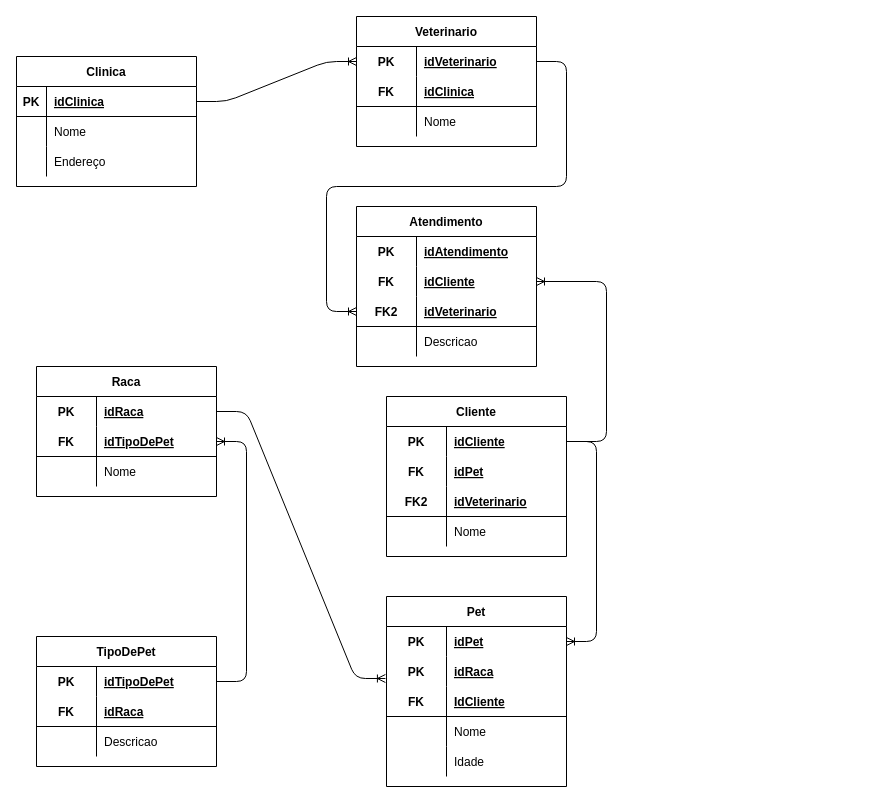
The draw.io diagram page "logico" (2 of 2) of Exercícios/Exercício 1.3/1.3_modelagem-conceitual-logico.drawio in Eduardo-Cav/Senai_sprint1_bd, before the edit. Source tidied: cells renumbered, new cells numbered last; positions are measured from the earlier drawing's top-left corner, leaving out a move shared by most shapes. Both pictures are drawn from the tidied source at 100%, with x=0, y=0 at pixel (16, 16).
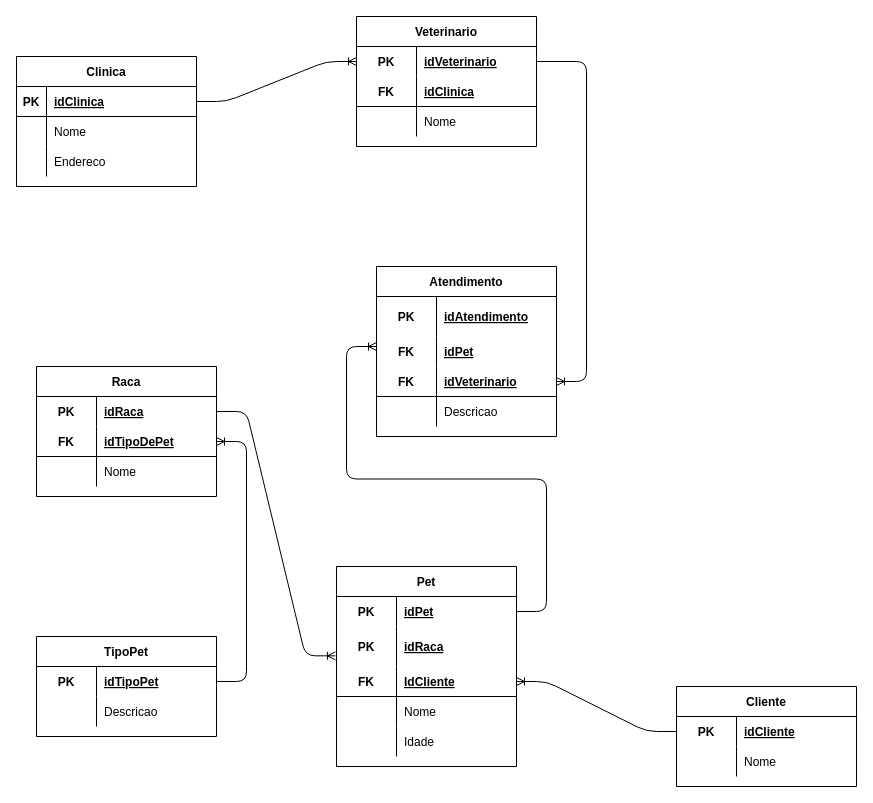
The same diagram, later.

Unchanged cells that the change refers to:
```xml
<mxCell id="9" style="shape=partialRectangle;fillColor=none;top=0;left=0;bottom=0;right=0;" parent="2" vertex="1">
  <mxGeometry y="90" width="180" height="30" as="geometry" />
</mxCell>
<mxCell id="13" style="shape=partialRectangle;fillColor=none;top=0;left=0;bottom=0;right=0;points=[[0,0.5],[1,0.5]];portConstraint=eastwest;" parent="12" vertex="1">
  <mxGeometry y="30" width="180" height="30" as="geometry" />
</mxCell>
<mxCell id="23" style="shape=partialRectangle;fillColor=none;top=0;left=0;bottom=0;right=0;points=[[0,0.5],[1,0.5]];portConstraint=eastwest;" parent="22" vertex="1">
  <mxGeometry y="30" width="180" height="30" as="geometry" />
</mxCell>
<mxCell id="36" style="shape=partialRectangle;fillColor=none;top=0;left=0;bottom=0;right=0;points=[[0,0.5],[1,0.5]];portConstraint=eastwest;" parent="35" vertex="1">
  <mxGeometry y="30" width="180" height="30" as="geometry" />
</mxCell>
<mxCell id="52" style="shape=partialRectangle;fillColor=none;top=0;left=0;bottom=0;right=0;points=[[0,0.5],[1,0.5]];portConstraint=eastwest;" parent="51" vertex="1">
  <mxGeometry y="30" width="180" height="30" as="geometry" />
</mxCell>
```

What changed in the source:
```diff
@@
-    <mxCell id="11" value="Endereço" style="shape=partialRectangle;fillColor=none;top=0;left=0;bottom=0;right=0;align=left;spacingLeft=6;overflow=hidden;" parent="9" vertex="1">
+    <mxCell id="11" value="Endereco" style="shape=partialRectangle;fillColor=none;top=0;left=0;bottom=0;right=0;align=left;spacingLeft=6;overflow=hidden;" parent="9" vertex="1">
       <mxGeometry x="30" width="150" height="30" as="geometry" />
     </mxCell>
@@
     <mxCell id="22" value="Cliente" style="shape=table;startSize=30;childLayout=tableLayout;rowLines=0;fontStyle=1;align=center;" parent="1" vertex="1">
-      <mxGeometry x="370" y="380" width="180" height="160" as="geometry" />
+      <mxGeometry x="660" y="670" width="180" height="100" as="geometry" />
     </mxCell>
@@
-    <mxCell id="26" style="shape=partialRectangle;fillColor=none;top=0;left=0;bottom=0;right=0;" parent="22" vertex="1">
-      <mxGeometry y="60" width="180" height="30" as="geometry" />
-    </mxCell>
-    <mxCell id="27" value="FK" style="shape=partialRectangle;fillColor=none;top=0;left=0;bottom=0;right=0;fontStyle=1;overflow=hidden;" parent="26" vertex="1">
-      <mxGeometry width="60" height="30" as="geometry" />
-    </mxCell>
-    <mxCell id="28" value="idPet" style="shape=partialRectangle;fillColor=none;top=0;left=0;bottom=0;right=0;align=left;spacingLeft=6;fontStyle=5;overflow=hidden;" parent="26" vertex="1">
-      <mxGeometry x="60" width="120" height="30" as="geometry" />
-    </mxCell>
-    <mxCell id="29" style="shape=partialRectangle;fillColor=none;top=0;left=0;bottom=1;right=0;" parent="22" vertex="1">
-      <mxGeometry y="90" width="180" height="30" as="geometry" />
-    </mxCell>
-    <mxCell id="30" value="FK2" style="shape=partialRectangle;fillColor=none;top=0;left=0;bottom=0;right=0;fontStyle=1;overflow=hidden;" parent="29" vertex="1">
-      <mxGeometry width="60" height="30" as="geometry" />
-    </mxCell>
-    <mxCell id="31" value="idVeterinario" style="shape=partialRectangle;fillColor=none;top=0;left=0;bottom=0;right=0;align=left;spacingLeft=6;fontStyle=5;overflow=hidden;" parent="29" vertex="1">
-      <mxGeometry x="60" width="120" height="30" as="geometry" />
-    </mxCell>
     <mxCell id="32" style="shape=partialRectangle;fillColor=none;top=0;left=0;bottom=0;right=0;" parent="22" vertex="1">
-      <mxGeometry y="120" width="180" height="30" as="geometry" />
+      <mxGeometry y="60" width="180" height="30" as="geometry" />
     </mxCell>
@@
     <mxCell id="35" value="Pet" style="shape=table;startSize=30;childLayout=tableLayout;rowLines=0;fontStyle=1;align=center;" parent="1" vertex="1">
-      <mxGeometry x="370" y="580" width="180" height="190" as="geometry" />
+      <mxGeometry x="320" y="550" width="180" height="200" as="geometry" />
     </mxCell>
@@
     <mxCell id="39" style="shape=partialRectangle;fillColor=none;top=0;left=0;bottom=0;right=0;points=[[0,0.5],[1,0.5]];portConstraint=eastwest;" parent="35" vertex="1">
-      <mxGeometry y="60" width="180" height="30" as="geometry" />
+      <mxGeometry y="60" width="180" height="40" as="geometry" />
     </mxCell>
     <mxCell id="40" value="PK" style="shape=partialRectangle;fillColor=none;top=0;left=0;bottom=0;right=0;fontStyle=1;overflow=hidden;" parent="39" vertex="1">
-      <mxGeometry width="60" height="30" as="geometry" />
+      <mxGeometry width="60" height="40" as="geometry" />
     </mxCell>
     <mxCell id="41" value="idRaca" style="shape=partialRectangle;fillColor=none;top=0;left=0;bottom=0;right=0;align=left;spacingLeft=6;fontStyle=5;overflow=hidden;" parent="39" vertex="1">
-      <mxGeometry x="60" width="120" height="30" as="geometry" />
+      <mxGeometry x="60" width="120" height="40" as="geometry" />
     </mxCell>
     <mxCell id="42" style="shape=partialRectangle;fillColor=none;top=0;left=0;bottom=1;right=0;points=[[0,0.5],[1,0.5]];portConstraint=eastwest;" parent="35" vertex="1">
-      <mxGeometry y="90" width="180" height="30" as="geometry" />
+      <mxGeometry y="100" width="180" height="30" as="geometry" />
     </mxCell>
@@
     <mxCell id="45" style="shape=partialRectangle;fillColor=none;top=0;left=0;bottom=0;right=0;" parent="35" vertex="1">
-      <mxGeometry y="120" width="180" height="30" as="geometry" />
+      <mxGeometry y="130" width="180" height="30" as="geometry" />
     </mxCell>
@@
     <mxCell id="48" style="shape=partialRectangle;fillColor=none;top=0;left=0;bottom=0;right=0;" parent="35" vertex="1">
-      <mxGeometry y="150" width="180" height="30" as="geometry" />
+      <mxGeometry y="160" width="180" height="30" as="geometry" />
     </mxCell>
@@
-    <mxCell id="51" value="TipoDePet" style="shape=table;startSize=30;childLayout=tableLayout;rowLines=0;fontStyle=1;align=center;" parent="1" vertex="1">
-      <mxGeometry x="20" y="620" width="180" height="130" as="geometry" />
+    <mxCell id="51" value="TipoPet" style="shape=table;startSize=30;childLayout=tableLayout;rowLines=0;fontStyle=1;align=center;" parent="1" vertex="1">
+      <mxGeometry x="20" y="620" width="180" height="100" as="geometry" />
     </mxCell>
@@
-    <mxCell id="54" value="idTipoDePet" style="shape=partialRectangle;fillColor=none;top=0;left=0;bottom=0;right=0;align=left;spacingLeft=6;fontStyle=5;overflow=hidden;" parent="52" vertex="1">
+    <mxCell id="54" value="idTipoPet" style="shape=partialRectangle;fillColor=none;top=0;left=0;bottom=0;right=0;align=left;spacingLeft=6;fontStyle=5;overflow=hidden;" parent="52" vertex="1">
       <mxGeometry x="60" width="120" height="30" as="geometry" />
     </mxCell>
-    <mxCell id="55" style="shape=partialRectangle;fillColor=none;top=0;left=0;bottom=1;right=0;" parent="51" vertex="1">
-      <mxGeometry y="60" width="180" height="30" as="geometry" />
-    </mxCell>
-    <mxCell id="56" value="FK" style="shape=partialRectangle;fillColor=none;top=0;left=0;bottom=0;right=0;fontStyle=1;overflow=hidden;" parent="55" vertex="1">
-      <mxGeometry width="60" height="30" as="geometry" />
-    </mxCell>
-    <mxCell id="57" value="idRaca" style="shape=partialRectangle;fillColor=none;top=0;left=0;bottom=0;right=0;align=left;spacingLeft=6;fontStyle=5;overflow=hidden;" parent="55" vertex="1">
-      <mxGeometry x="60" width="120" height="30" as="geometry" />
-    </mxCell>
     <mxCell id="58" style="shape=partialRectangle;fillColor=none;top=0;left=0;bottom=0;right=0;" parent="51" vertex="1">
-      <mxGeometry y="90" width="180" height="30" as="geometry" />
+      <mxGeometry y="60" width="180" height="30" as="geometry" />
     </mxCell>
@@
-    <mxCell id="62" style="edgeStyle=entityRelationEdgeStyle;fontSize=12;html=1;endArrow=ERoneToMany;exitX=1;exitY=0.5;exitDx=0;exitDy=0;" parent="1" edge="1" source="13">
-      <mxGeometry relative="1" as="geometry">
-        <mxPoint x="340" y="295" as="targetPoint" />
-      </mxGeometry>
+    <mxCell id="62" style="edgeStyle=entityRelationEdgeStyle;fontSize=12;html=1;endArrow=ERoneToMany;exitX=1;exitY=0.5;exitDx=0;exitDy=0;" parent="1" edge="1" source="13" target="83">
+      <mxGeometry relative="1" as="geometry" />
     </mxCell>
-    <mxCell id="63" style="edgeStyle=entityRelationEdgeStyle;fontSize=12;html=1;endArrow=ERoneToMany;exitX=1;exitY=0.5;exitDx=0;exitDy=0;entryX=1;entryY=0.5;entryDx=0;entryDy=0;" parent="1" edge="1" source="23" target="36">
+    <mxCell id="63" style="edgeStyle=entityRelationEdgeStyle;fontSize=12;html=1;endArrow=ERoneToMany;" parent="1" edge="1" source="23" target="42">
       <mxGeometry relative="1" as="geometry" />
     </mxCell>
@@
     <mxCell id="76" value="Atendimento" style="shape=table;startSize=30;childLayout=tableLayout;rowLines=0;fontStyle=1;align=center;" parent="1" vertex="1">
-      <mxGeometry x="340" y="190" width="180" height="160" as="geometry" />
+      <mxGeometry x="360" y="250" width="180" height="170" as="geometry" />
     </mxCell>
     <mxCell id="77" style="shape=partialRectangle;fillColor=none;top=0;left=0;bottom=0;right=0;" parent="76" vertex="1">
-      <mxGeometry y="30" width="180" height="30" as="geometry" />
+      <mxGeometry y="30" width="180" height="40" as="geometry" />
     </mxCell>
     <mxCell id="78" value="PK" style="shape=partialRectangle;fillColor=none;top=0;left=0;bottom=0;right=0;fontStyle=1;overflow=hidden;" parent="77" vertex="1">
-      <mxGeometry width="60" height="30" as="geometry" />
+      <mxGeometry width="60" height="40" as="geometry" />
     </mxCell>
     <mxCell id="79" value="idAtendimento" style="shape=partialRectangle;fillColor=none;top=0;left=0;bottom=0;right=0;align=left;spacingLeft=6;fontStyle=5;overflow=hidden;" parent="77" vertex="1">
-      <mxGeometry x="60" width="120" height="30" as="geometry" />
+      <mxGeometry x="60" width="120" height="40" as="geometry" />
     </mxCell>
     <mxCell id="80" style="shape=partialRectangle;fillColor=none;top=0;left=0;bottom=0;right=0;points=[[0,0.5],[1,0.5]];portConstraint=eastwest;" parent="76" vertex="1">
-      <mxGeometry y="60" width="180" height="30" as="geometry" />
+      <mxGeometry y="70" width="180" height="30" as="geometry" />
     </mxCell>
@@
-    <mxCell id="82" value="idCliente" style="shape=partialRectangle;fillColor=none;top=0;left=0;bottom=0;right=0;align=left;spacingLeft=6;fontStyle=5;overflow=hidden;" parent="80" vertex="1">
+    <mxCell id="82" value="idPet" style="shape=partialRectangle;fillColor=none;top=0;left=0;bottom=0;right=0;align=left;spacingLeft=6;fontStyle=5;overflow=hidden;" parent="80" vertex="1">
       <mxGeometry x="60" width="120" height="30" as="geometry" />
     </mxCell>
     <mxCell id="83" style="shape=partialRectangle;fillColor=none;top=0;left=0;bottom=1;right=0;points=[[0,0.5],[1,0.5]];portConstraint=eastwest;" parent="76" vertex="1">
-      <mxGeometry y="90" width="180" height="30" as="geometry" />
+      <mxGeometry y="100" width="180" height="30" as="geometry" />
     </mxCell>
-    <mxCell id="84" value="FK2" style="shape=partialRectangle;fillColor=none;top=0;left=0;bottom=0;right=0;fontStyle=1;overflow=hidden;" parent="83" vertex="1">
+    <mxCell id="84" value="FK" style="shape=partialRectangle;fillColor=none;top=0;left=0;bottom=0;right=0;fontStyle=1;overflow=hidden;" parent="83" vertex="1">
       <mxGeometry width="60" height="30" as="geometry" />
     </mxCell>
@@
     <mxCell id="86" style="shape=partialRectangle;fillColor=none;top=0;left=0;bottom=0;right=0;" parent="76" vertex="1">
-      <mxGeometry y="120" width="180" height="30" as="geometry" />
+      <mxGeometry y="130" width="180" height="30" as="geometry" />
     </mxCell>
@@
-    <mxCell id="89" style="edgeStyle=entityRelationEdgeStyle;fontSize=12;html=1;endArrow=ERoneToMany;" parent="1" edge="1" target="80">
-      <mxGeometry relative="1" as="geometry">
-        <mxPoint x="560" y="425" as="sourcePoint" />
-      </mxGeometry>
-    </mxCell>
+    <mxCell id="90" style="edgeStyle=entityRelationEdgeStyle;fontSize=12;html=1;endArrow=ERoneToMany;" parent="1" edge="1" source="36">
+      <mxGeometry relative="1" as="geometry">
+        <mxPoint x="360" y="330" as="targetPoint" />
+      </mxGeometry>
+    </mxCell>
```
